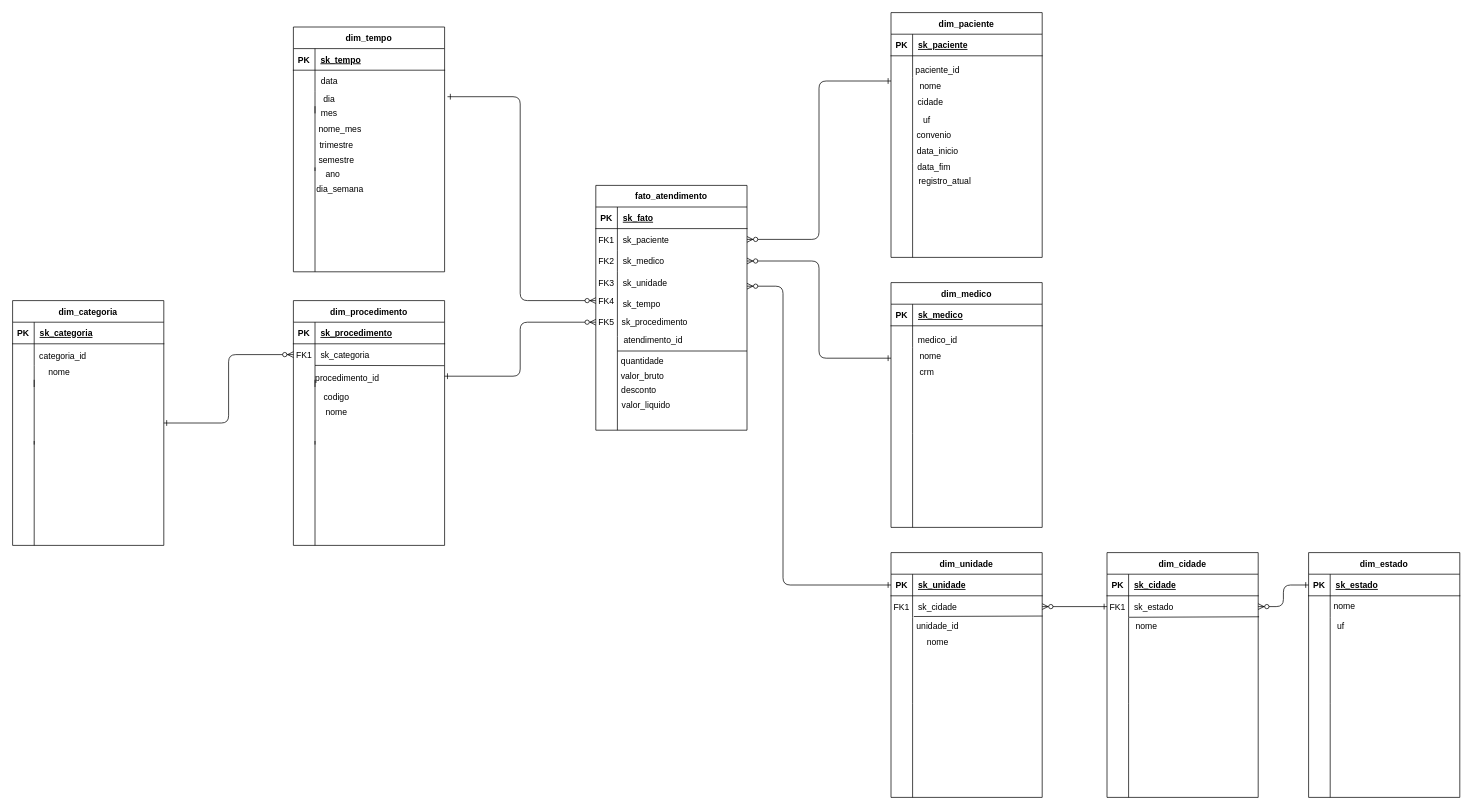
Before: docs/Diagramas/Modelo_Floco_de_Neve.drawio in bd2-equipe6/clinica-medica, a draw.io diagram. Source tidied: cells renumbered, new cells numbered last; positions are measured from the earlier drawing's top-left corner, leaving out a move shared by most shapes. Both pictures are drawn from the tidied source at 72%, with x=0, y=0 at pixel (12, 12).
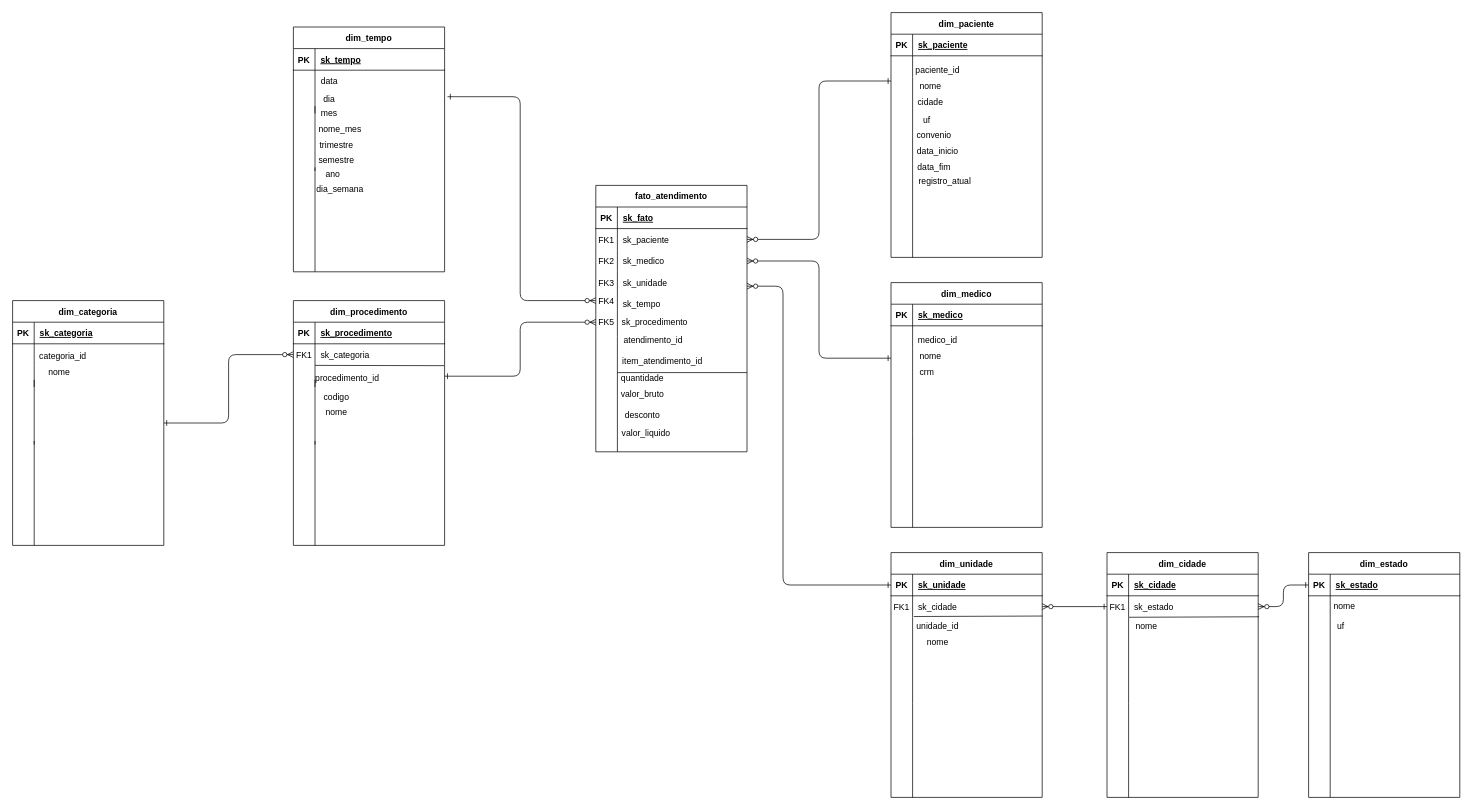
Above is the later version.

Commit message (it also covers changes not shown here):
Atualização dos diagramas

Change to the diagram source:
```diff
@@
     <mxCell id="3" value="fato_atendimento" style="shape=table;startSize=30;childLayout=tableLayout;rowLines=0;fontStyle=1;align=center;" parent="1" vertex="1">
-      <mxGeometry x="810" y="240" width="210" height="340" as="geometry" />
+      <mxGeometry x="810" y="240" width="210" height="370" as="geometry" />
     </mxCell>
@@
     <mxCell id="22" value="quantidade" style="text;html=1;whiteSpace=wrap;strokeColor=none;fillColor=none;align=center;verticalAlign=middle;rounded=0;" parent="1" vertex="1">
-      <mxGeometry x="850" y="470" width="50" height="30" as="geometry" />
+      <mxGeometry x="850" y="493" width="50" height="30" as="geometry" />
     </mxCell>
     <mxCell id="23" value="valor_bruto" style="text;html=1;whiteSpace=wrap;strokeColor=none;fillColor=none;align=center;verticalAlign=middle;rounded=0;" parent="1" vertex="1">
-      <mxGeometry x="850" y="490" width="50" height="30" as="geometry" />
+      <mxGeometry x="850" y="515" width="50" height="30" as="geometry" />
     </mxCell>
     <mxCell id="24" value="desconto" style="text;html=1;whiteSpace=wrap;strokeColor=none;fillColor=none;align=center;verticalAlign=middle;rounded=0;" parent="1" vertex="1">
-      <mxGeometry x="840" y="510" width="60" height="30" as="geometry" />
+      <mxGeometry x="845" y="545" width="60" height="30" as="geometry" />
     </mxCell>
     <mxCell id="25" value="valor_liquido" style="text;html=1;whiteSpace=wrap;strokeColor=none;fillColor=none;align=center;verticalAlign=middle;rounded=0;" parent="1" vertex="1">
-      <mxGeometry x="850" y="530" width="60" height="30" as="geometry" />
+      <mxGeometry x="850" y="570" width="60" height="30" as="geometry" />
     </mxCell>
     <mxCell id="26" style="endArrow=none;html=1;rounded=0;defaultLabelBackgroundColor=page;labelPadding=0 4;" parent="1" edge="1">
       <mxGeometry relative="1" as="geometry">
         <mxPoint x="840" y="450" as="sourcePoint" />
-        <mxPoint x="840" y="580" as="targetPoint" />
+        <mxPoint x="840" y="610" as="targetPoint" />
       </mxGeometry>
     </mxCell>
@@
-    <mxCell id="28" style="endArrow=none;html=1;rounded=0;defaultLabelBackgroundColor=page;labelPadding=0 4;" parent="1" edge="1">
-      <mxGeometry relative="1" as="geometry">
-        <mxPoint x="840" y="470" as="sourcePoint" />
-        <mxPoint x="1020" y="470" as="targetPoint" />
-      </mxGeometry>
-    </mxCell>
@@
+    <mxCell id="172" value="item_atendimento_id" style="text;whiteSpace=wrap;html=1;" parent="1" vertex="1">
+      <mxGeometry x="845" y="470" width="140" height="40" as="geometry" />
+    </mxCell>
+    <mxCell id="173" style="endArrow=none;html=1;rounded=0;defaultLabelBackgroundColor=page;labelPadding=0 4;" parent="1" edge="1">
+      <mxGeometry relative="1" as="geometry">
+        <mxPoint x="840" y="500" as="sourcePoint" />
+        <mxPoint x="1020" y="500" as="targetPoint" />
+      </mxGeometry>
+    </mxCell>
```
